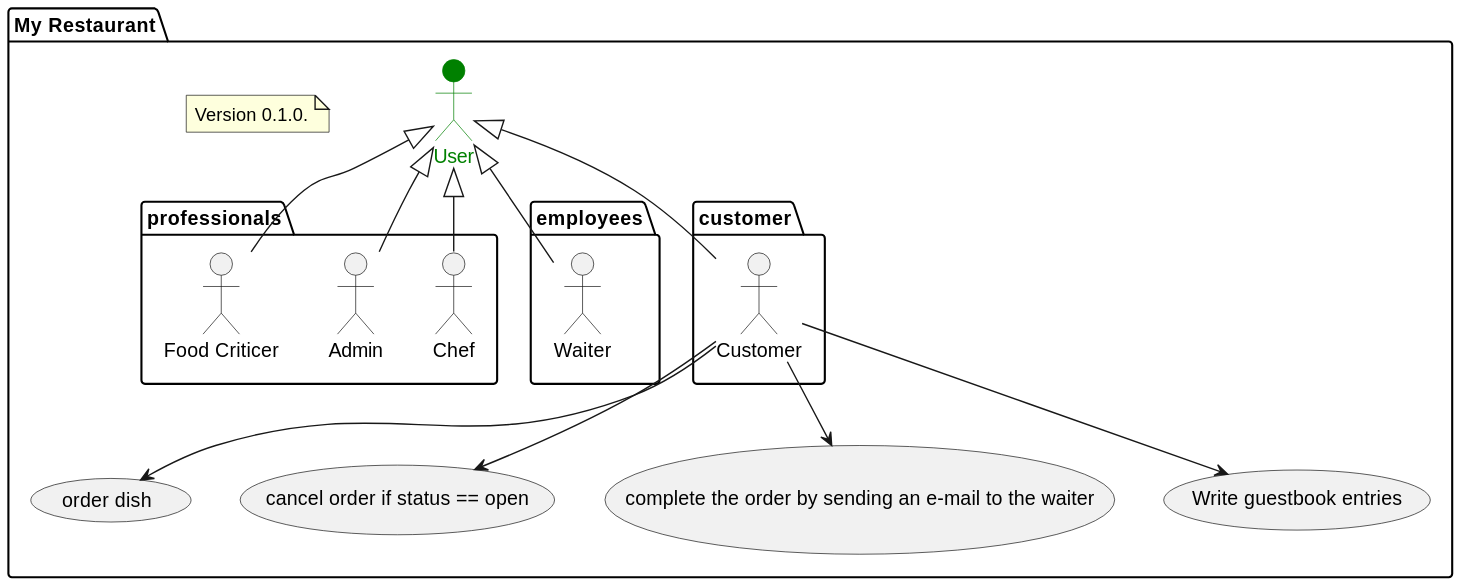
Earlier version of the PlantUML export out/public/doc/UCD-customer_v1/UCD-customer_v1.svg (tonisun/menu).
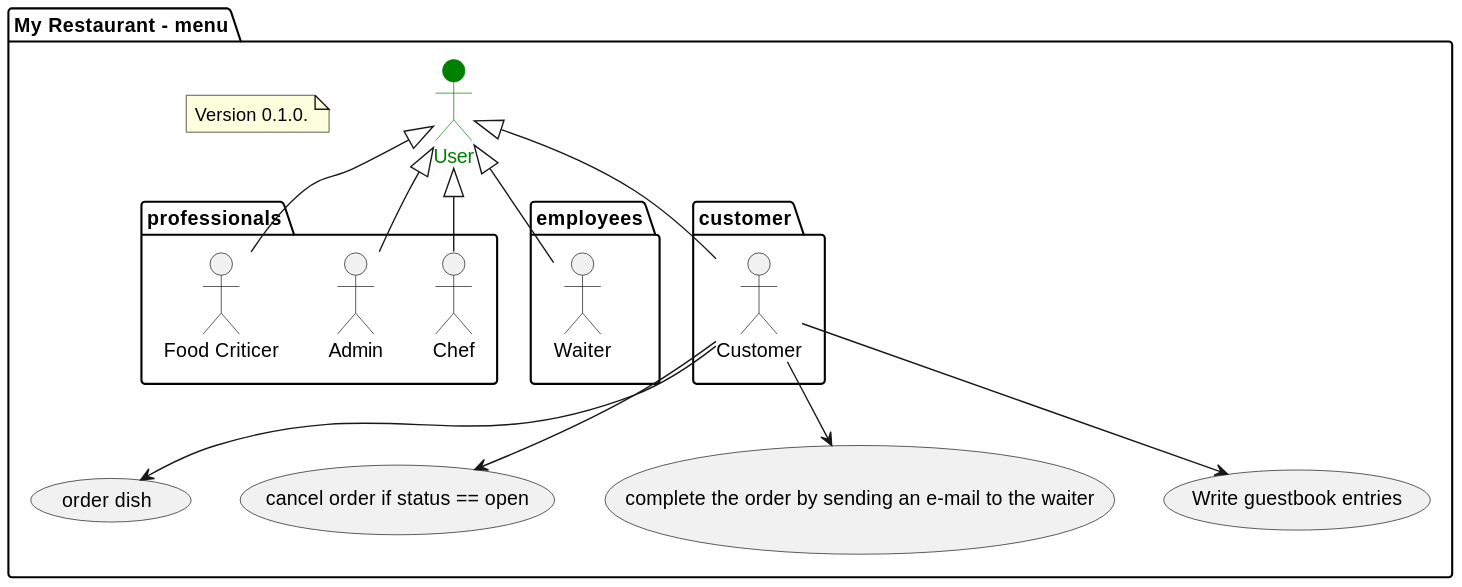
After the change.

What changed in the source:
```diff
@@ -1,5 +1,5 @@
 @startuml
-package "My Restaurant" {
+package "My Restaurant - menu" {
 
     actor User as u #green;line:green;text:green;
 
```
